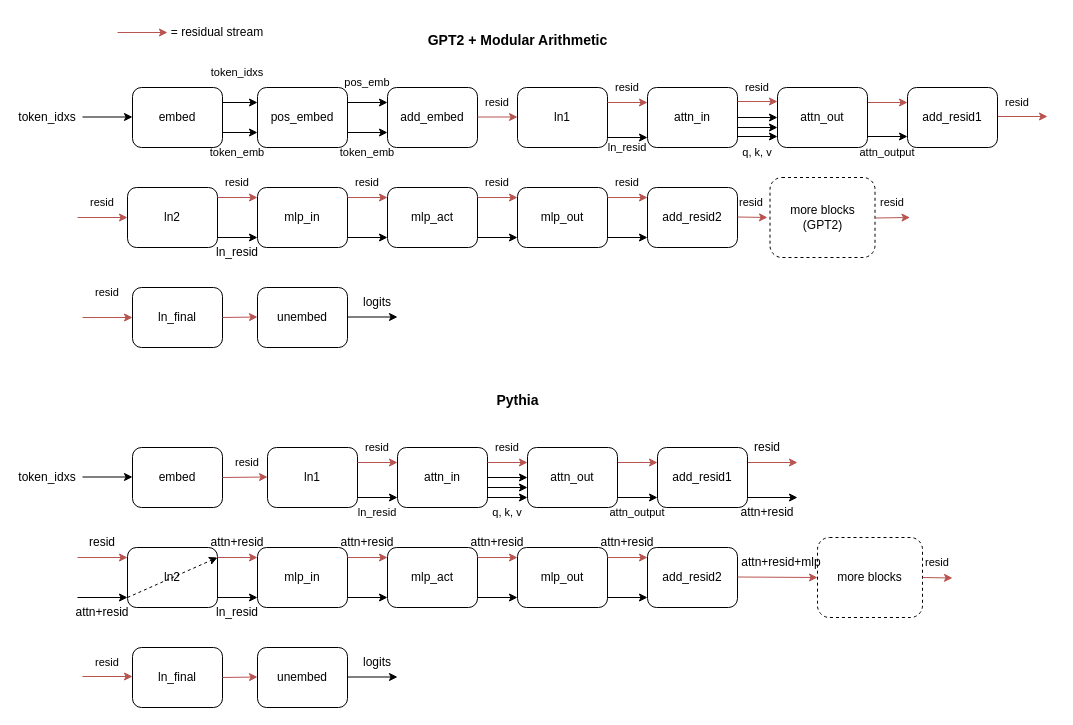
Above: docs/SequentialTransformer.drawio in ApolloResearch/rib (draw.io), before the change. Source tidied: cells renumbered, new cells numbered last; positions are measured from the earlier drawing's top-left corner, leaving out a move shared by most shapes. Both pictures are drawn from the tidied source at 100%, with x=0, y=0 at pixel (17, 17).
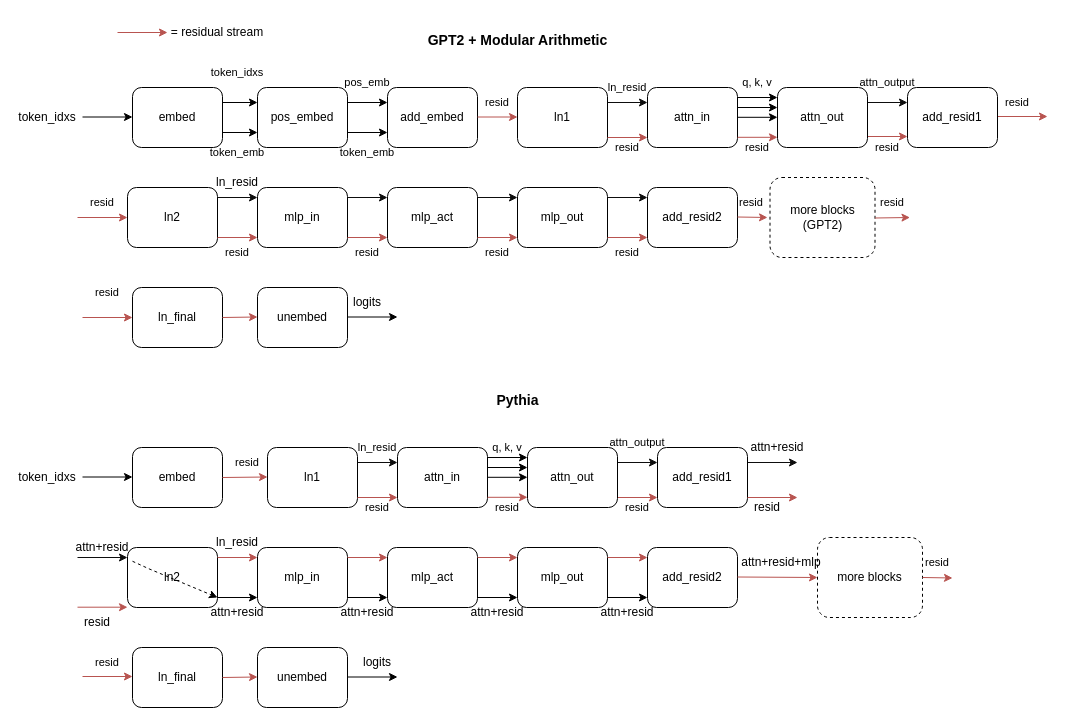
After the change.

Change to the diagram source:
```diff
@@
-    <mxCell id="19" style="endArrow=classic;html=1;rounded=0;fillColor=#f8cecc;strokeColor=#b85450;" parent="1" edge="1" source="105">
-      <mxGeometry relative="1" as="geometry">
-        <mxPoint x="630" y="85" as="targetPoint" />
-      </mxGeometry>
-    </mxCell>
-    <mxCell id="20" style="endArrow=classic;html=1;rounded=0;" parent="1" edge="1">
+    <mxCell id="20" style="endArrow=classic;html=1;rounded=0;fillColor=#f8cecc;strokeColor=#b85450;" parent="1" edge="1">
       <mxGeometry relative="1" as="geometry">
         <mxPoint x="590" y="120" as="sourcePoint" />
         <mxPoint x="630" y="120" as="targetPoint" />
       </mxGeometry>
     </mxCell>
-    <mxCell id="21" style="endArrow=classic;html=1;rounded=0;fillColor=#f8cecc;strokeColor=#b85450;" parent="1" edge="1">
+    <mxCell id="21" style="endArrow=classic;html=1;rounded=0;fillColor=#f8cecc;strokeColor=#0D0D0D;" parent="1" edge="1">
       <mxGeometry relative="1" as="geometry">
         <mxPoint x="330" y="180" as="sourcePoint" />
         <mxPoint x="370" y="180" as="targetPoint" />
       </mxGeometry>
     </mxCell>
-    <mxCell id="22" style="endArrow=classic;html=1;rounded=0;fillColor=#f8cecc;strokeColor=#b85450;" parent="1" edge="1">
+    <mxCell id="22" style="endArrow=classic;html=1;rounded=0;fillColor=#f8cecc;strokeColor=#0D0D0D;" parent="1" edge="1">
       <mxGeometry relative="1" as="geometry">
         <mxPoint x="460" y="180" as="sourcePoint" />
         <mxPoint x="500" y="180" as="targetPoint" />
       </mxGeometry>
     </mxCell>
-    <mxCell id="23" style="endArrow=classic;html=1;rounded=0;fillColor=#f8cecc;strokeColor=#b85450;" parent="1" edge="1">
+    <mxCell id="23" style="endArrow=classic;html=1;rounded=0;fillColor=#f8cecc;strokeColor=#0D0D0D;" parent="1" edge="1">
       <mxGeometry relative="1" as="geometry">
         <mxPoint x="590" y="180" as="sourcePoint" />
         <mxPoint x="630" y="180" as="targetPoint" />
       </mxGeometry>
     </mxCell>
-    <mxCell id="24" style="endArrow=classic;html=1;rounded=0;" parent="1" edge="1">
+    <mxCell id="24" style="endArrow=classic;html=1;rounded=0;fillColor=#f8cecc;strokeColor=#b85450;" parent="1" edge="1">
       <mxGeometry relative="1" as="geometry">
         <mxPoint x="590" y="220" as="sourcePoint" />
         <mxPoint x="630" y="220" as="targetPoint" />
       </mxGeometry>
     </mxCell>
-    <mxCell id="25" style="endArrow=classic;html=1;rounded=0;" parent="1" edge="1">
+    <mxCell id="25" style="endArrow=classic;html=1;rounded=0;fillColor=#f8cecc;strokeColor=#b85450;" parent="1" edge="1">
       <mxGeometry relative="1" as="geometry">
         <mxPoint x="330" y="220" as="sourcePoint" />
         <mxPoint x="370" y="220" as="targetPoint" />
       </mxGeometry>
     </mxCell>
-    <mxCell id="26" style="endArrow=classic;html=1;rounded=0;" parent="1" edge="1">
+    <mxCell id="26" style="endArrow=classic;html=1;rounded=0;fillColor=#f8cecc;strokeColor=#b85450;" parent="1" edge="1">
       <mxGeometry relative="1" as="geometry">
         <mxPoint x="460" y="220" as="sourcePoint" />
         <mxPoint x="500" y="220" as="targetPoint" />
       </mxGeometry>
     </mxCell>
@@
-    <mxCell id="32" style="endArrow=classic;html=1;rounded=0;fillColor=#f8cecc;strokeColor=#b85450;" parent="1" edge="1">
+    <mxCell id="32" style="endArrow=classic;html=1;rounded=0;fillColor=#f8cecc;strokeColor=#0D0D0D;" parent="1" edge="1">
       <mxGeometry relative="1" as="geometry">
         <mxPoint x="850" y="85" as="sourcePoint" />
         <mxPoint x="890" y="85" as="targetPoint" />
       </mxGeometry>
     </mxCell>
-    <mxCell id="33" style="endArrow=classic;html=1;rounded=0;" parent="1" edge="1">
+    <mxCell id="33" style="endArrow=classic;html=1;rounded=0;fillColor=#f8cecc;strokeColor=#b85450;" parent="1" edge="1">
       <mxGeometry relative="1" as="geometry">
         <mxPoint x="850" y="119" as="sourcePoint" />
         <mxPoint x="890" y="119" as="targetPoint" />
       </mxGeometry>
     </mxCell>
@@
-    <mxCell id="37" style="endArrow=classic;html=1;rounded=0;fillColor=#f8cecc;strokeColor=#b85450;" parent="1" edge="1">
+    <mxCell id="37" style="endArrow=classic;html=1;rounded=0;fillColor=#f8cecc;strokeColor=#0D0D0D;" parent="1" edge="1">
       <mxGeometry relative="1" as="geometry">
         <mxPoint x="200" y="180" as="sourcePoint" />
         <mxPoint x="240" y="180" as="targetPoint" />
       </mxGeometry>
     </mxCell>
-    <mxCell id="38" style="endArrow=classic;html=1;rounded=0;" parent="1" edge="1">
+    <mxCell id="38" style="endArrow=classic;html=1;rounded=0;fillColor=#f8cecc;strokeColor=#b85450;" parent="1" edge="1">
       <mxGeometry relative="1" as="geometry">
         <mxPoint x="200" y="220" as="sourcePoint" />
         <mxPoint x="240" y="220" as="targetPoint" />
       </mxGeometry>
     </mxCell>
@@
-    <mxCell id="59" style="endArrow=classic;html=1;rounded=0;fillColor=#f8cecc;strokeColor=#b85450;" parent="1" edge="1">
+    <mxCell id="59" style="endArrow=classic;html=1;rounded=0;fillColor=#f8cecc;strokeColor=#0D0D0D;" parent="1" edge="1">
       <mxGeometry relative="1" as="geometry">
         <mxPoint x="340" y="445" as="sourcePoint" />
         <mxPoint x="380" y="445" as="targetPoint" />
       </mxGeometry>
     </mxCell>
-    <mxCell id="60" style="endArrow=classic;html=1;rounded=0;" parent="1" edge="1">
+    <mxCell id="60" style="endArrow=classic;html=1;rounded=0;fillColor=#f8cecc;strokeColor=#b85450;" parent="1" edge="1">
       <mxGeometry relative="1" as="geometry">
         <mxPoint x="340" y="480" as="sourcePoint" />
         <mxPoint x="380" y="480" as="targetPoint" />
       </mxGeometry>
     </mxCell>
@@
-    <mxCell id="68" style="endArrow=classic;html=1;rounded=0;fillColor=#f8cecc;strokeColor=#b85450;" parent="1" edge="1">
+    <mxCell id="68" style="endArrow=classic;html=1;rounded=0;fillColor=#f8cecc;strokeColor=#0D0D0D;" parent="1" edge="1">
       <mxGeometry relative="1" as="geometry">
         <mxPoint x="730" y="445" as="sourcePoint" />
         <mxPoint x="780" y="445" as="targetPoint" />
       </mxGeometry>
     </mxCell>
@@
-    <mxCell id="72" style="endArrow=classic;html=1;rounded=0;fillColor=#f8cecc;strokeColor=#b85450;" parent="1" edge="1">
+    <mxCell id="72" style="endArrow=classic;html=1;rounded=0;fillColor=#f8cecc;strokeColor=#0D0D0D;" parent="1" edge="1">
       <mxGeometry relative="1" as="geometry">
         <mxPoint x="600" y="445" as="sourcePoint" />
         <mxPoint x="640" y="445" as="targetPoint" />
       </mxGeometry>
     </mxCell>
-    <mxCell id="73" style="endArrow=classic;html=1;rounded=0;" parent="1" edge="1">
+    <mxCell id="73" style="endArrow=classic;html=1;rounded=0;fillColor=#f8cecc;strokeColor=#b85450;" parent="1" edge="1">
       <mxGeometry relative="1" as="geometry">
         <mxPoint x="600" y="480" as="sourcePoint" />
         <mxPoint x="640" y="480" as="targetPoint" />
       </mxGeometry>
     </mxCell>
@@
-    <mxCell id="77" style="endArrow=classic;html=1;rounded=0;fillColor=#f8cecc;strokeColor=#b85450;" parent="1" edge="1">
+    <mxCell id="77" style="endArrow=classic;html=1;rounded=0;fillColor=#f8cecc;strokeColor=#0D0D0D;" parent="1" edge="1">
       <mxGeometry relative="1" as="geometry">
         <mxPoint x="60" y="540" as="sourcePoint" />
         <mxPoint x="110" y="540" as="targetPoint" />
       </mxGeometry>
     </mxCell>
-    <mxCell id="78" style="endArrow=classic;html=1;rounded=0;" parent="1" edge="1">
+    <mxCell id="78" style="endArrow=classic;html=1;rounded=0;fillColor=#f8cecc;strokeColor=#b85450;" parent="1" edge="1">
       <mxGeometry relative="1" as="geometry">
         <mxPoint x="730" y="480" as="sourcePoint" />
         <mxPoint x="780" y="480" as="targetPoint" />
       </mxGeometry>
     </mxCell>
     <mxCell id="79" value="attn+resid" style="text;html=1;strokeColor=none;fillColor=none;align=center;verticalAlign=middle;whiteSpace=wrap;rounded=0;" parent="1" vertex="1">
-      <mxGeometry x="720" y="480" width="60" height="30" as="geometry" />
+      <mxGeometry x="730" y="415" width="60" height="30" as="geometry" />
     </mxCell>
-    <mxCell id="80" style="endArrow=classic;html=1;rounded=0;" parent="1" edge="1">
+    <mxCell id="80" style="endArrow=classic;html=1;rounded=0;fillColor=#f8cecc;strokeColor=#b85450;" parent="1" edge="1">
       <mxGeometry relative="1" as="geometry">
-        <mxPoint x="60" y="580" as="sourcePoint" />
-        <mxPoint x="110" y="580" as="targetPoint" />
+        <mxPoint x="60" y="589.7" as="sourcePoint" />
+        <mxPoint x="110" y="589.7" as="targetPoint" />
       </mxGeometry>
     </mxCell>
     <mxCell id="81" value="attn+resid" style="text;html=1;strokeColor=none;fillColor=none;align=center;verticalAlign=middle;whiteSpace=wrap;rounded=0;" parent="1" vertex="1">
-      <mxGeometry x="55" y="580" width="60" height="30" as="geometry" />
+      <mxGeometry x="55" y="515" width="60" height="30" as="geometry" />
     </mxCell>
     <mxCell id="82" value="resid" style="text;html=1;strokeColor=none;fillColor=none;align=center;verticalAlign=middle;whiteSpace=wrap;rounded=0;" parent="1" vertex="1">
-      <mxGeometry x="720" y="415" width="60" height="30" as="geometry" />
+      <mxGeometry x="720" y="475" width="60" height="30" as="geometry" />
     </mxCell>
     <mxCell id="83" value="resid" style="text;html=1;strokeColor=none;fillColor=none;align=center;verticalAlign=middle;whiteSpace=wrap;rounded=0;" parent="1" vertex="1">
-      <mxGeometry x="55" y="510" width="60" height="30" as="geometry" />
+      <mxGeometry x="50" y="590" width="60" height="30" as="geometry" />
     </mxCell>
     <mxCell id="84" value="attn+resid" style="text;html=1;strokeColor=none;fillColor=none;align=center;verticalAlign=middle;whiteSpace=wrap;rounded=0;" parent="1" vertex="1">
-      <mxGeometry x="190" y="510" width="60" height="30" as="geometry" />
+      <mxGeometry x="190" y="580" width="60" height="30" as="geometry" />
     </mxCell>
     <mxCell id="85" value="ln_resid" style="text;html=1;strokeColor=none;fillColor=none;align=center;verticalAlign=middle;whiteSpace=wrap;rounded=0;" parent="1" vertex="1">
-      <mxGeometry x="190" y="580" width="60" height="30" as="geometry" />
+      <mxGeometry x="190" y="510" width="60" height="30" as="geometry" />
     </mxCell>
-    <mxCell id="86" style="endArrow=classic;html=1;rounded=0;dashed=1;" parent="1" edge="1">
+    <mxCell id="86" style="endArrow=classic;html=1;rounded=0;dashed=1;entryX=0.987;entryY=0.813;entryDx=0;entryDy=0;entryPerimeter=0;" parent="1" edge="1" source="81">
       <mxGeometry relative="1" as="geometry">
-        <mxPoint x="110" y="580" as="sourcePoint" />
-        <mxPoint x="200" y="540" as="targetPoint" />
+        <mxPoint x="200" y="580" as="targetPoint" />
+        <Array as="points">
+          <mxPoint x="131.2" y="551.2" />
+        </Array>
       </mxGeometry>
     </mxCell>
     <mxCell id="87" value="attn+resid" style="text;html=1;strokeColor=none;fillColor=none;align=center;verticalAlign=middle;whiteSpace=wrap;rounded=0;" parent="1" vertex="1">
-      <mxGeometry x="320" y="510" width="60" height="30" as="geometry" />
+      <mxGeometry x="320" y="580" width="60" height="30" as="geometry" />
     </mxCell>
     <mxCell id="88" value="attn+resid" style="text;html=1;strokeColor=none;fillColor=none;align=center;verticalAlign=middle;whiteSpace=wrap;rounded=0;" parent="1" vertex="1">
-      <mxGeometry x="450" y="510" width="60" height="30" as="geometry" />
+      <mxGeometry x="450" y="580" width="60" height="30" as="geometry" />
     </mxCell>
     <mxCell id="89" value="attn+resid" style="text;html=1;strokeColor=none;fillColor=none;align=center;verticalAlign=middle;whiteSpace=wrap;rounded=0;" parent="1" vertex="1">
-      <mxGeometry x="580" y="510" width="60" height="30" as="geometry" />
+      <mxGeometry x="580" y="580" width="60" height="30" as="geometry" />
     </mxCell>
@@
     <mxCell id="93" value="logits" style="text;html=1;strokeColor=none;fillColor=none;align=center;verticalAlign=middle;whiteSpace=wrap;rounded=0;" parent="1" vertex="1">
-      <mxGeometry x="330" y="270" width="60" height="30" as="geometry" />
+      <mxGeometry x="320" y="270" width="60" height="30" as="geometry" />
     </mxCell>
@@
     <mxCell id="99" value="&lt;span style=&quot;font-size: 11px;&quot;&gt;resid&lt;/span&gt;" style="text;html=1;strokeColor=none;fillColor=none;align=center;verticalAlign=middle;whiteSpace=wrap;rounded=0;" parent="1" vertex="1">
-      <mxGeometry x="330" y="415" width="60" height="30" as="geometry" />
+      <mxGeometry x="330" y="475" width="60" height="30" as="geometry" />
     </mxCell>
@@
     <mxCell id="101" value="&lt;span style=&quot;font-size: 11px;&quot;&gt;resid&lt;/span&gt;" style="text;html=1;strokeColor=none;fillColor=none;align=center;verticalAlign=middle;whiteSpace=wrap;rounded=0;" parent="1" vertex="1">
-      <mxGeometry x="460" y="415" width="60" height="30" as="geometry" />
+      <mxGeometry x="460" y="475" width="60" height="30" as="geometry" />
     </mxCell>
     <mxCell id="102" value="&lt;span style=&quot;font-size: 11px;&quot;&gt;ln_resid&lt;/span&gt;" style="text;html=1;strokeColor=none;fillColor=none;align=center;verticalAlign=middle;whiteSpace=wrap;rounded=0;" parent="1" vertex="1">
-      <mxGeometry x="330" y="480" width="60" height="30" as="geometry" />
+      <mxGeometry x="330" y="415" width="60" height="30" as="geometry" />
     </mxCell>
@@
-    <mxCell id="104" style="endArrow=classic;html=1;rounded=0;fillColor=#f8cecc;strokeColor=#b85450;" parent="1" edge="1" target="105">
-      <mxGeometry relative="1" as="geometry">
-        <mxPoint x="590" y="85" as="sourcePoint" />
-      </mxGeometry>
-    </mxCell>
     <mxCell id="105" value="&lt;span style=&quot;font-size: 11px;&quot;&gt;resid&lt;/span&gt;" style="text;html=1;strokeColor=none;fillColor=none;align=center;verticalAlign=middle;whiteSpace=wrap;rounded=0;" parent="1" vertex="1">
-      <mxGeometry x="580" y="55" width="60" height="30" as="geometry" />
+      <mxGeometry x="580" y="115" width="60" height="30" as="geometry" />
     </mxCell>
     <mxCell id="106" value="&lt;span style=&quot;font-size: 11px;&quot;&gt;resid&lt;/span&gt;" style="text;html=1;strokeColor=none;fillColor=none;align=center;verticalAlign=middle;whiteSpace=wrap;rounded=0;" parent="1" vertex="1">
-      <mxGeometry x="710" y="55" width="60" height="30" as="geometry" />
+      <mxGeometry x="710" y="115" width="60" height="30" as="geometry" />
     </mxCell>
-    <mxCell id="107" style="endArrow=classic;html=1;rounded=0;fillColor=#f8cecc;strokeColor=#b85450;" parent="1" edge="1">
+    <mxCell id="107" style="endArrow=classic;html=1;rounded=0;fillColor=#f8cecc;strokeColor=#0D0D0D;" parent="1" edge="1">
       <mxGeometry relative="1" as="geometry">
         <mxPoint x="590" y="85" as="sourcePoint" />
         <mxPoint x="630" y="85" as="targetPoint" />
       </mxGeometry>
     </mxCell>
     <mxCell id="108" value="&lt;span style=&quot;font-size: 11px;&quot;&gt;ln_resid&lt;/span&gt;" style="text;html=1;strokeColor=none;fillColor=none;align=center;verticalAlign=middle;whiteSpace=wrap;rounded=0;" parent="1" vertex="1">
-      <mxGeometry x="580" y="115" width="60" height="30" as="geometry" />
+      <mxGeometry x="580" y="55" width="60" height="30" as="geometry" />
     </mxCell>
     <mxCell id="109" value="&lt;span style=&quot;font-size: 11px;&quot;&gt;attn_output&lt;/span&gt;" style="text;html=1;strokeColor=none;fillColor=none;align=center;verticalAlign=middle;whiteSpace=wrap;rounded=0;" parent="1" vertex="1">
-      <mxGeometry x="840" y="120" width="60" height="30" as="geometry" />
+      <mxGeometry x="840" y="50" width="60" height="30" as="geometry" />
     </mxCell>
@@
     <mxCell id="122" value="&lt;span style=&quot;font-size: 11px;&quot;&gt;resid&lt;/span&gt;" style="text;html=1;strokeColor=none;fillColor=none;align=center;verticalAlign=middle;whiteSpace=wrap;rounded=0;" parent="1" vertex="1">
-      <mxGeometry x="190" y="150" width="60" height="30" as="geometry" />
+      <mxGeometry x="190" y="220" width="60" height="30" as="geometry" />
     </mxCell>
     <mxCell id="123" value="&lt;span style=&quot;font-size: 11px;&quot;&gt;resid&lt;/span&gt;" style="text;html=1;strokeColor=none;fillColor=none;align=center;verticalAlign=middle;whiteSpace=wrap;rounded=0;" parent="1" vertex="1">
-      <mxGeometry x="320" y="150" width="60" height="30" as="geometry" />
+      <mxGeometry x="320" y="220" width="60" height="30" as="geometry" />
     </mxCell>
     <mxCell id="124" value="&lt;span style=&quot;font-size: 11px;&quot;&gt;resid&lt;/span&gt;" style="text;html=1;strokeColor=none;fillColor=none;align=center;verticalAlign=middle;whiteSpace=wrap;rounded=0;" parent="1" vertex="1">
-      <mxGeometry x="450" y="150" width="60" height="30" as="geometry" />
+      <mxGeometry x="450" y="220" width="60" height="30" as="geometry" />
     </mxCell>
     <mxCell id="125" value="&lt;span style=&quot;font-size: 11px;&quot;&gt;resid&lt;/span&gt;" style="text;html=1;strokeColor=none;fillColor=none;align=center;verticalAlign=middle;whiteSpace=wrap;rounded=0;" parent="1" vertex="1">
-      <mxGeometry x="580" y="150" width="60" height="30" as="geometry" />
+      <mxGeometry x="580" y="220" width="60" height="30" as="geometry" />
     </mxCell>
@@
     <mxCell id="127" value="ln_resid" style="text;html=1;strokeColor=none;fillColor=none;align=center;verticalAlign=middle;whiteSpace=wrap;rounded=0;" parent="1" vertex="1">
-      <mxGeometry x="190" y="220" width="60" height="30" as="geometry" />
+      <mxGeometry x="190" y="150" width="60" height="30" as="geometry" />
     </mxCell>
@@
     <mxCell id="129" style="endArrow=classic;html=1;rounded=0;fillColor=#f8cecc;strokeColor=#b85450;" parent="1" edge="1">
       <mxGeometry relative="1" as="geometry">
-        <mxPoint x="470" y="445" as="sourcePoint" />
-        <mxPoint x="510" y="445" as="targetPoint" />
+        <mxPoint x="470" y="479.8" as="sourcePoint" />
+        <mxPoint x="510" y="479.8" as="targetPoint" />
       </mxGeometry>
     </mxCell>
     <mxCell id="130" style="endArrow=classic;html=1;rounded=0;" parent="1" edge="1">
       <mxGeometry relative="1" as="geometry">
-        <mxPoint x="470" y="480" as="sourcePoint" />
-        <mxPoint x="510" y="480" as="targetPoint" />
+        <mxPoint x="470" y="459.8" as="sourcePoint" />
+        <mxPoint x="510" y="459.8" as="targetPoint" />
       </mxGeometry>
     </mxCell>
     <mxCell id="131" style="endArrow=classic;html=1;rounded=0;" parent="1" edge="1">
       <mxGeometry relative="1" as="geometry">
-        <mxPoint x="470" y="470" as="sourcePoint" />
-        <mxPoint x="510" y="470" as="targetPoint" />
+        <mxPoint x="470" y="450" as="sourcePoint" />
+        <mxPoint x="510" y="450" as="targetPoint" />
       </mxGeometry>
     </mxCell>
     <mxCell id="132" style="endArrow=classic;html=1;rounded=0;" parent="1" edge="1">
       <mxGeometry relative="1" as="geometry">
-        <mxPoint x="470" y="460" as="sourcePoint" />
-        <mxPoint x="510" y="460" as="targetPoint" />
+        <mxPoint x="470" y="440" as="sourcePoint" />
+        <mxPoint x="510" y="440" as="targetPoint" />
       </mxGeometry>
     </mxCell>
     <mxCell id="133" value="&lt;span style=&quot;font-size: 11px;&quot;&gt;q, k, v&lt;/span&gt;" style="text;html=1;strokeColor=none;fillColor=none;align=center;verticalAlign=middle;whiteSpace=wrap;rounded=0;" parent="1" vertex="1">
-      <mxGeometry x="460" y="480" width="60" height="30" as="geometry" />
+      <mxGeometry x="460" y="415" width="60" height="30" as="geometry" />
     </mxCell>
     <mxCell id="134" value="&lt;span style=&quot;font-size: 11px;&quot;&gt;attn_output&lt;/span&gt;" style="text;html=1;strokeColor=none;fillColor=none;align=center;verticalAlign=middle;whiteSpace=wrap;rounded=0;" parent="1" vertex="1">
-      <mxGeometry x="590" y="480" width="60" height="30" as="geometry" />
+      <mxGeometry x="590" y="410" width="60" height="30" as="geometry" />
     </mxCell>
@@
     <mxCell id="136" style="endArrow=classic;html=1;rounded=0;fillColor=#f8cecc;strokeColor=#b85450;" parent="1" edge="1">
       <mxGeometry relative="1" as="geometry">
-        <mxPoint x="720" y="84" as="sourcePoint" />
-        <mxPoint x="760" y="84" as="targetPoint" />
+        <mxPoint x="720" y="119.8" as="sourcePoint" />
+        <mxPoint x="760" y="119.8" as="targetPoint" />
       </mxGeometry>
     </mxCell>
     <mxCell id="137" style="endArrow=classic;html=1;rounded=0;" parent="1" edge="1">
       <mxGeometry relative="1" as="geometry">
-        <mxPoint x="720" y="119" as="sourcePoint" />
-        <mxPoint x="760" y="119" as="targetPoint" />
+        <mxPoint x="720" y="99.8" as="sourcePoint" />
+        <mxPoint x="760" y="99.8" as="targetPoint" />
       </mxGeometry>
     </mxCell>
     <mxCell id="138" style="endArrow=classic;html=1;rounded=0;" parent="1" edge="1">
       <mxGeometry relative="1" as="geometry">
-        <mxPoint x="720" y="110" as="sourcePoint" />
-        <mxPoint x="760" y="110" as="targetPoint" />
+        <mxPoint x="720" y="90" as="sourcePoint" />
+        <mxPoint x="760" y="90" as="targetPoint" />
       </mxGeometry>
     </mxCell>
     <mxCell id="139" style="endArrow=classic;html=1;rounded=0;" parent="1" edge="1">
       <mxGeometry relative="1" as="geometry">
-        <mxPoint x="720" y="100" as="sourcePoint" />
-        <mxPoint x="760" y="100" as="targetPoint" />
+        <mxPoint x="720" y="80" as="sourcePoint" />
+        <mxPoint x="760" y="80" as="targetPoint" />
       </mxGeometry>
     </mxCell>
     <mxCell id="140" value="&lt;span style=&quot;font-size: 11px;&quot;&gt;q, k, v&lt;/span&gt;" style="text;html=1;strokeColor=none;fillColor=none;align=center;verticalAlign=middle;whiteSpace=wrap;rounded=0;" parent="1" vertex="1">
-      <mxGeometry x="710" y="120" width="60" height="30" as="geometry" />
+      <mxGeometry x="710" y="50" width="60" height="30" as="geometry" />
     </mxCell>
+    <mxCell id="141" value="&lt;span style=&quot;font-size: 11px;&quot;&gt;resid&lt;/span&gt;" style="text;html=1;strokeColor=none;fillColor=none;align=center;verticalAlign=middle;whiteSpace=wrap;rounded=0;" parent="1" vertex="1">
+      <mxGeometry x="840" y="115" width="60" height="30" as="geometry" />
+    </mxCell>
+    <mxCell id="142" value="&lt;span style=&quot;font-size: 11px;&quot;&gt;resid&lt;/span&gt;" style="text;html=1;strokeColor=none;fillColor=none;align=center;verticalAlign=middle;whiteSpace=wrap;rounded=0;" parent="1" vertex="1">
+      <mxGeometry x="590" y="475" width="60" height="30" as="geometry" />
+    </mxCell>
```
